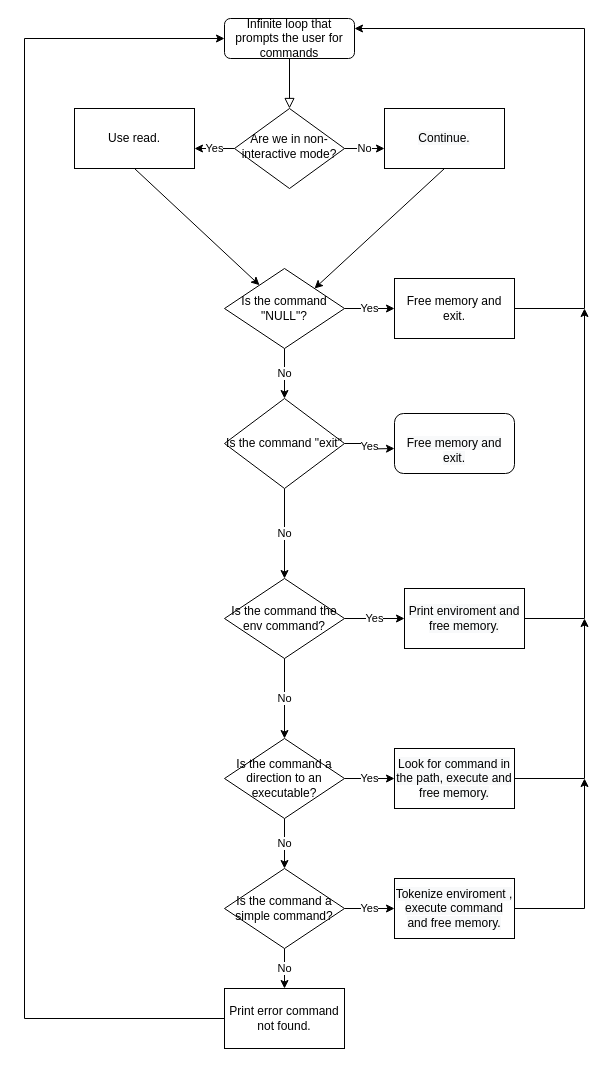
This is Untitled Diagram.drawio from Juansu01/test, a draw.io file, before an edit. Source tidied: cells renumbered, new cells numbered last; positions are measured from the earlier drawing's top-left corner, leaving out a move shared by most shapes. Both pictures are drawn from the tidied source at 100%, with x=0, y=0 at pixel (24, 18).
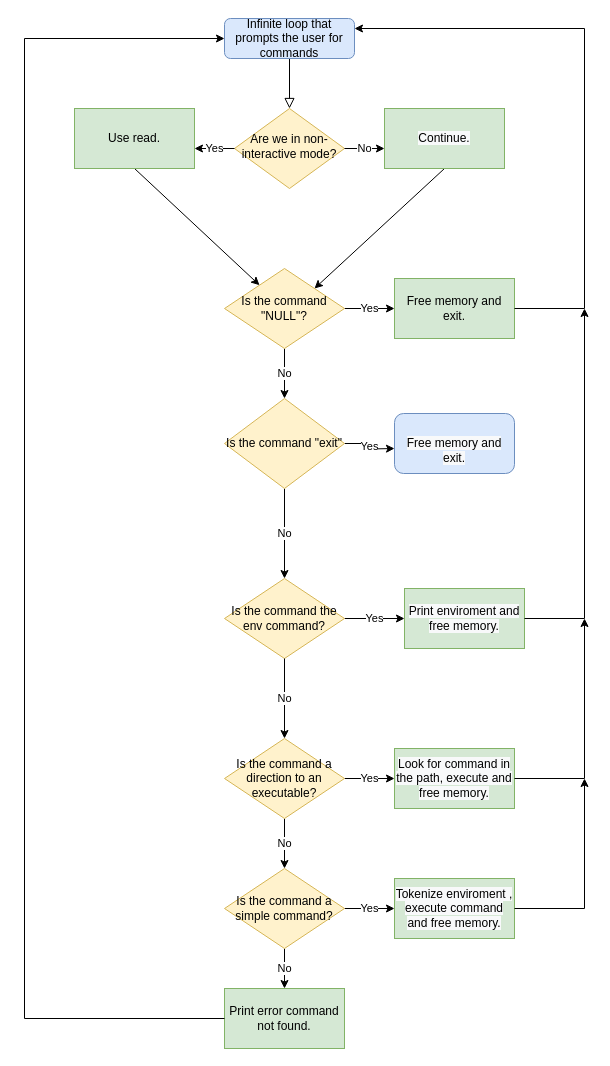
The same diagram, later.

Diff of the diagram source:
```diff
@@
-    <mxCell id="3" value="Infinite loop that prompts the user for commands" style="rounded=1;whiteSpace=wrap;html=1;fontSize=12;glass=0;strokeWidth=1;shadow=0;" parent="1" vertex="1">
+    <mxCell id="3" value="Infinite loop that prompts the user for commands" style="rounded=1;whiteSpace=wrap;html=1;fontSize=12;glass=0;strokeWidth=1;shadow=0;fillColor=#dae8fc;strokeColor=#6c8ebf;" parent="1" vertex="1">
       <mxGeometry x="200" width="130" height="40" as="geometry" />
     </mxCell>
-    <mxCell id="4" value="Are we in non-interactive mode?" style="rhombus;whiteSpace=wrap;html=1;shadow=0;fontFamily=Helvetica;fontSize=12;align=center;strokeWidth=1;spacing=6;spacingTop=-4;" parent="1" vertex="1">
+    <mxCell id="4" value="Are we in non-interactive mode?" style="rhombus;whiteSpace=wrap;html=1;shadow=0;fontFamily=Helvetica;fontSize=12;align=center;strokeWidth=1;spacing=6;spacingTop=-4;fillColor=#fff2cc;strokeColor=#d6b656;" parent="1" vertex="1">
       <mxGeometry x="210" y="90" width="110" height="80" as="geometry" />
     </mxCell>
@@
-    <mxCell id="7" value="Is the command &quot;NULL&quot;?" style="rhombus;whiteSpace=wrap;html=1;" parent="1" vertex="1">
+    <mxCell id="7" value="Is the command &quot;NULL&quot;?" style="rhombus;whiteSpace=wrap;html=1;fillColor=#fff2cc;strokeColor=#d6b656;" parent="1" vertex="1">
       <mxGeometry x="200" y="250" width="120" height="80" as="geometry" />
     </mxCell>
@@
-    <mxCell id="14" value="Is the command &quot;exit&quot;" style="rhombus;whiteSpace=wrap;html=1;" parent="1" vertex="1">
+    <mxCell id="14" value="Is the command &quot;exit&quot;" style="rhombus;whiteSpace=wrap;html=1;fillColor=#fff2cc;strokeColor=#d6b656;" parent="1" vertex="1">
       <mxGeometry x="200" y="380" width="120" height="90" as="geometry" />
     </mxCell>
@@
-    <mxCell id="16" value="Is the command the env command?" style="rhombus;whiteSpace=wrap;html=1;" parent="1" vertex="1">
+    <mxCell id="16" value="Is the command the env command?" style="rhombus;whiteSpace=wrap;html=1;fillColor=#fff2cc;strokeColor=#d6b656;" parent="1" vertex="1">
       <mxGeometry x="200" y="560" width="120" height="80" as="geometry" />
     </mxCell>
@@
-    <mxCell id="20" value="Is the command a direction to an executable?" style="rhombus;whiteSpace=wrap;html=1;" parent="1" vertex="1">
+    <mxCell id="20" value="Is the command a direction to an executable?" style="rhombus;whiteSpace=wrap;html=1;fillColor=#fff2cc;strokeColor=#d6b656;" parent="1" vertex="1">
       <mxGeometry x="200" y="720" width="120" height="80" as="geometry" />
     </mxCell>
@@
-    <mxCell id="23" value="Is the command a simple command?" style="rhombus;whiteSpace=wrap;html=1;" parent="1" vertex="1">
+    <mxCell id="23" value="Is the command a simple command?" style="rhombus;whiteSpace=wrap;html=1;fillColor=#fff2cc;strokeColor=#d6b656;" parent="1" vertex="1">
       <mxGeometry x="200" y="850" width="120" height="80" as="geometry" />
     </mxCell>
-    <mxCell id="24" value="Print error command not found." style="rounded=0;whiteSpace=wrap;html=1;" parent="1" vertex="1">
+    <mxCell id="24" value="Print error command not found." style="rounded=0;whiteSpace=wrap;html=1;fillColor=#d5e8d4;strokeColor=#82b366;" parent="1" vertex="1">
       <mxGeometry x="200" y="970" width="120" height="60" as="geometry" />
     </mxCell>
-    <mxCell id="25" value="&#10;&#10;&lt;span style=&quot;color: rgb(0, 0, 0); font-family: helvetica; font-size: 12px; font-style: normal; font-weight: 400; letter-spacing: normal; text-align: center; text-indent: 0px; text-transform: none; word-spacing: 0px; background-color: rgb(248, 249, 250); display: inline; float: none;&quot;&gt;Tokenize enviroment , execute command and free memory.&lt;/span&gt;&#10;&#10;" style="rounded=0;whiteSpace=wrap;html=1;" parent="1" vertex="1">
+    <mxCell id="25" value="&#10;&#10;&lt;span style=&quot;color: rgb(0, 0, 0); font-family: helvetica; font-size: 12px; font-style: normal; font-weight: 400; letter-spacing: normal; text-align: center; text-indent: 0px; text-transform: none; word-spacing: 0px; background-color: rgb(248, 249, 250); display: inline; float: none;&quot;&gt;Tokenize enviroment , execute command and free memory.&lt;/span&gt;&#10;&#10;" style="rounded=0;whiteSpace=wrap;html=1;fillColor=#d5e8d4;strokeColor=#82b366;" parent="1" vertex="1">
       <mxGeometry x="370" y="860" width="120" height="60" as="geometry" />
     </mxCell>
-    <mxCell id="26" value="&#10;&#10;&lt;span style=&quot;color: rgb(0, 0, 0); font-family: helvetica; font-size: 12px; font-style: normal; font-weight: 400; letter-spacing: normal; text-align: center; text-indent: 0px; text-transform: none; word-spacing: 0px; background-color: rgb(248, 249, 250); display: inline; float: none;&quot;&gt;Look for command in the path, execute and free memory.&lt;/span&gt;&#10;&#10;" style="rounded=0;whiteSpace=wrap;html=1;" parent="1" vertex="1">
+    <mxCell id="26" value="&#10;&#10;&lt;span style=&quot;color: rgb(0, 0, 0); font-family: helvetica; font-size: 12px; font-style: normal; font-weight: 400; letter-spacing: normal; text-align: center; text-indent: 0px; text-transform: none; word-spacing: 0px; background-color: rgb(248, 249, 250); display: inline; float: none;&quot;&gt;Look for command in the path, execute and free memory.&lt;/span&gt;&#10;&#10;" style="rounded=0;whiteSpace=wrap;html=1;fillColor=#d5e8d4;strokeColor=#82b366;" parent="1" vertex="1">
       <mxGeometry x="370" y="730" width="120" height="60" as="geometry" />
     </mxCell>
-    <mxCell id="27" value="&#10;&#10;&lt;span style=&quot;color: rgb(0, 0, 0); font-family: helvetica; font-size: 12px; font-style: normal; font-weight: 400; letter-spacing: normal; text-align: center; text-indent: 0px; text-transform: none; word-spacing: 0px; background-color: rgb(248, 249, 250); display: inline; float: none;&quot;&gt;Print enviroment and free memory.&lt;/span&gt;&#10;&#10;" style="rounded=0;whiteSpace=wrap;html=1;" parent="1" vertex="1">
+    <mxCell id="27" value="&#10;&#10;&lt;span style=&quot;color: rgb(0, 0, 0); font-family: helvetica; font-size: 12px; font-style: normal; font-weight: 400; letter-spacing: normal; text-align: center; text-indent: 0px; text-transform: none; word-spacing: 0px; background-color: rgb(248, 249, 250); display: inline; float: none;&quot;&gt;Print enviroment and free memory.&lt;/span&gt;&#10;&#10;" style="rounded=0;whiteSpace=wrap;html=1;fillColor=#d5e8d4;strokeColor=#82b366;" parent="1" vertex="1">
       <mxGeometry x="380" y="570" width="120" height="60" as="geometry" />
     </mxCell>
-    <mxCell id="28" value="&lt;span&gt;Free memory and exit.&lt;/span&gt;" style="rounded=0;whiteSpace=wrap;html=1;" parent="1" vertex="1">
+    <mxCell id="28" value="&lt;span&gt;Free memory and exit.&lt;/span&gt;" style="rounded=0;whiteSpace=wrap;html=1;fillColor=#d5e8d4;strokeColor=#82b366;" parent="1" vertex="1">
       <mxGeometry x="370" y="260" width="120" height="60" as="geometry" />
     </mxCell>
-    <mxCell id="29" value="&#10;&#10;&lt;span style=&quot;color: rgb(0, 0, 0); font-family: helvetica; font-size: 12px; font-style: normal; font-weight: 400; letter-spacing: normal; text-align: center; text-indent: 0px; text-transform: none; word-spacing: 0px; background-color: rgb(248, 249, 250); display: inline; float: none;&quot;&gt;Continue.&lt;/span&gt;&#10;&#10;" style="rounded=0;whiteSpace=wrap;html=1;" parent="1" vertex="1">
+    <mxCell id="29" value="&#10;&#10;&lt;span style=&quot;color: rgb(0, 0, 0); font-family: helvetica; font-size: 12px; font-style: normal; font-weight: 400; letter-spacing: normal; text-align: center; text-indent: 0px; text-transform: none; word-spacing: 0px; background-color: rgb(248, 249, 250); display: inline; float: none;&quot;&gt;Continue.&lt;/span&gt;&#10;&#10;" style="rounded=0;whiteSpace=wrap;html=1;fillColor=#d5e8d4;strokeColor=#82b366;" parent="1" vertex="1">
       <mxGeometry x="360" y="90" width="120" height="60" as="geometry" />
     </mxCell>
-    <mxCell id="30" value="&lt;span&gt;Use read.&lt;/span&gt;" style="rounded=0;whiteSpace=wrap;html=1;" parent="1" vertex="1">
+    <mxCell id="30" value="&lt;span&gt;Use read.&lt;/span&gt;" style="rounded=0;whiteSpace=wrap;html=1;fillColor=#d5e8d4;strokeColor=#82b366;" parent="1" vertex="1">
       <mxGeometry x="50" y="90" width="120" height="60" as="geometry" />
     </mxCell>
-    <mxCell id="31" value="&lt;br style=&quot;color: rgb(0 , 0 , 0) ; font-family: &amp;#34;helvetica&amp;#34; ; font-size: 12px ; font-style: normal ; font-weight: 400 ; letter-spacing: normal ; text-align: center ; text-indent: 0px ; text-transform: none ; word-spacing: 0px ; background-color: rgb(248 , 249 , 250)&quot;&gt;&lt;span style=&quot;color: rgb(0 , 0 , 0) ; font-size: 12px ; font-style: normal ; font-weight: 400 ; letter-spacing: normal ; text-align: center ; text-indent: 0px ; text-transform: none ; word-spacing: 0px ; font-family: &amp;#34;helvetica&amp;#34; ; background-color: rgb(248 , 249 , 250) ; display: inline ; float: none&quot;&gt;Free memory and exit.&lt;/span&gt;&lt;br&gt;" style="rounded=1;whiteSpace=wrap;html=1;" parent="1" vertex="1">
+    <mxCell id="31" value="&lt;br style=&quot;color: rgb(0 , 0 , 0) ; font-family: &amp;#34;helvetica&amp;#34; ; font-size: 12px ; font-style: normal ; font-weight: 400 ; letter-spacing: normal ; text-align: center ; text-indent: 0px ; text-transform: none ; word-spacing: 0px ; background-color: rgb(248 , 249 , 250)&quot;&gt;&lt;span style=&quot;color: rgb(0 , 0 , 0) ; font-size: 12px ; font-style: normal ; font-weight: 400 ; letter-spacing: normal ; text-align: center ; text-indent: 0px ; text-transform: none ; word-spacing: 0px ; font-family: &amp;#34;helvetica&amp;#34; ; background-color: rgb(248 , 249 , 250) ; display: inline ; float: none&quot;&gt;Free memory and exit.&lt;/span&gt;&lt;br&gt;" style="rounded=1;whiteSpace=wrap;html=1;fillColor=#dae8fc;strokeColor=#6c8ebf;" parent="1" vertex="1">
       <mxGeometry x="370" y="395" width="120" height="60" as="geometry" />
     </mxCell>
```
